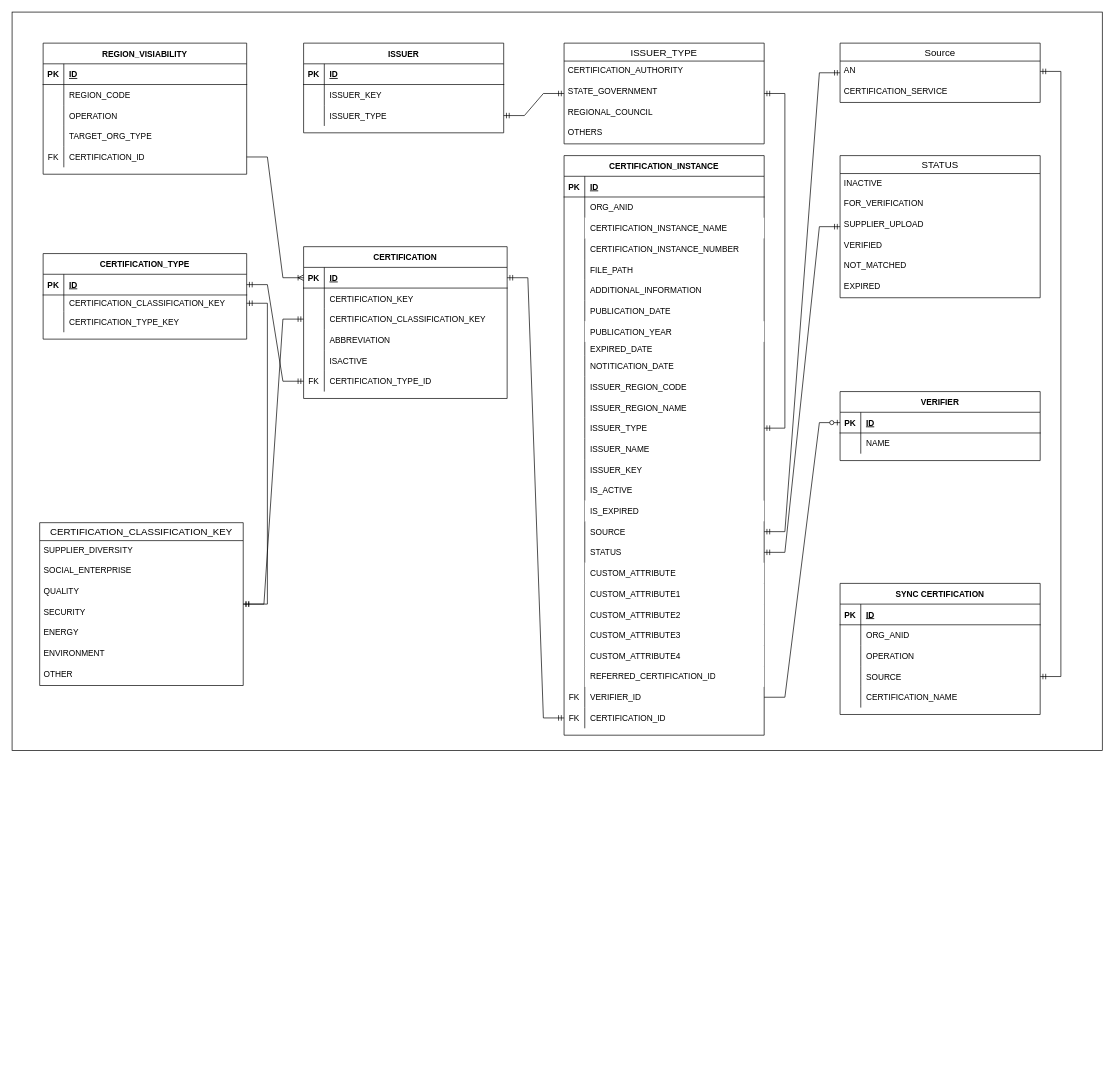
Before: page "Model" (3 of 26) of certificationService.er.drawio in huangshijie/Drawio, a draw.io diagram. Source tidied: cells renumbered, new cells numbered last; positions are measured from the earlier drawing's top-left corner, leaving out a move shared by most shapes. Both pictures are drawn from the tidied source at 69%, with x=0, y=0 at pixel (12, 12).
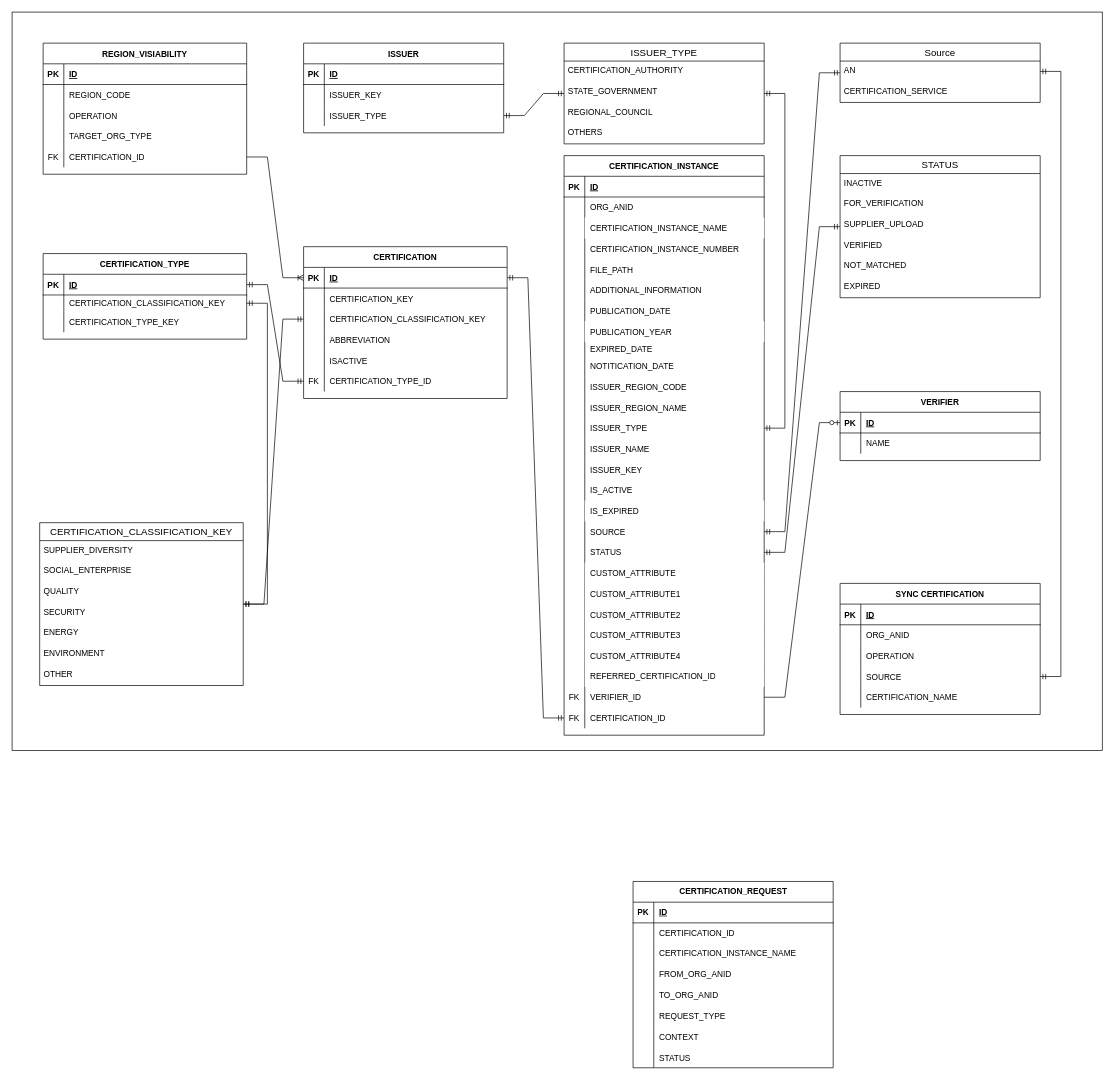
After the change.

Diff of the diagram source:
```diff
@@
+    <mxCell id="199" value="CERTIFICATION_REQUEST" style="shape=table;startSize=30;childLayout=tableLayout;rowLines=0;fontStyle=1;align=center;html=1;" parent="1" vertex="1">
+      <mxGeometry x="900" y="1260" width="290" height="270" as="geometry" />
+    </mxCell>
+    <mxCell id="200" style="shape=tableRow;horizontal=0;startSize=0;swimlaneHead=0;swimlaneBody=0;fillColor=none;top=0;left=0;right=0;bottom=1;" parent="199" vertex="1">
+      <mxGeometry y="30" width="290" height="30" as="geometry" />
+    </mxCell>
+    <mxCell id="201" value="PK" style="shape=partialRectangle;fillColor=none;top=0;left=0;bottom=0;right=0;fontStyle=1;overflow=hidden;whiteSpace=wrap;html=1;" parent="200" vertex="1">
+      <mxGeometry width="30" height="30" as="geometry" />
+    </mxCell>
+    <mxCell id="202" value="ID" style="shape=partialRectangle;fillColor=none;top=0;left=0;bottom=0;right=0;align=left;spacingLeft=6;fontStyle=5;overflow=hidden;whiteSpace=wrap;html=1;" parent="200" vertex="1">
+      <mxGeometry x="30" width="260" height="30" as="geometry" />
+    </mxCell>
+    <mxCell id="203" style="shape=tableRow;horizontal=0;startSize=0;swimlaneHead=0;swimlaneBody=0;fillColor=none;top=0;left=0;right=0;bottom=0;" parent="199" vertex="1">
+      <mxGeometry y="60" width="290" height="30" as="geometry" />
+    </mxCell>
+    <mxCell id="204" style="shape=partialRectangle;fillColor=none;top=0;left=0;bottom=0;right=0;overflow=hidden;whiteSpace=wrap;html=1;" parent="203" vertex="1">
+      <mxGeometry width="30" height="30" as="geometry" />
+    </mxCell>
+    <mxCell id="205" value="CERTIFICATION_ID" style="shape=partialRectangle;fillColor=none;top=0;left=0;bottom=0;right=0;align=left;spacingLeft=6;overflow=hidden;whiteSpace=wrap;html=1;" parent="203" vertex="1">
+      <mxGeometry x="30" width="260" height="30" as="geometry" />
+    </mxCell>
+    <mxCell id="206" style="shape=tableRow;horizontal=0;startSize=0;swimlaneHead=0;swimlaneBody=0;fillColor=none;top=0;left=0;right=0;bottom=0;" parent="199" vertex="1">
+      <mxGeometry y="90" width="290" height="30" as="geometry" />
+    </mxCell>
+    <mxCell id="207" style="shape=partialRectangle;fillColor=none;top=0;left=0;bottom=0;right=0;overflow=hidden;whiteSpace=wrap;html=1;" parent="206" vertex="1">
+      <mxGeometry width="30" height="30" as="geometry" />
+    </mxCell>
+    <mxCell id="208" value="CERTIFICATION_INSTANCE_NAME" style="shape=partialRectangle;fillColor=none;top=0;left=0;bottom=0;right=0;align=left;spacingLeft=6;overflow=hidden;whiteSpace=wrap;html=1;" parent="206" vertex="1">
+      <mxGeometry x="30" width="260" height="30" as="geometry" />
+    </mxCell>
+    <mxCell id="209" style="shape=tableRow;horizontal=0;startSize=0;swimlaneHead=0;swimlaneBody=0;fillColor=none;top=0;left=0;right=0;bottom=0;" parent="199" vertex="1">
+      <mxGeometry y="120" width="290" height="30" as="geometry" />
+    </mxCell>
+    <mxCell id="210" style="shape=partialRectangle;fillColor=none;top=0;left=0;bottom=0;right=0;overflow=hidden;whiteSpace=wrap;html=1;" parent="209" vertex="1">
+      <mxGeometry width="30" height="30" as="geometry" />
+    </mxCell>
+    <mxCell id="211" value="FROM_ORG_ANID" style="shape=partialRectangle;fillColor=none;top=0;left=0;bottom=0;right=0;align=left;spacingLeft=6;overflow=hidden;whiteSpace=wrap;html=1;" parent="209" vertex="1">
+      <mxGeometry x="30" width="260" height="30" as="geometry" />
+    </mxCell>
+    <mxCell id="212" style="shape=tableRow;horizontal=0;startSize=0;swimlaneHead=0;swimlaneBody=0;fillColor=none;top=0;left=0;right=0;bottom=0;" parent="199" vertex="1">
+      <mxGeometry y="150" width="290" height="30" as="geometry" />
+    </mxCell>
+    <mxCell id="213" style="shape=partialRectangle;fillColor=none;top=0;left=0;bottom=0;right=0;overflow=hidden;" parent="212" vertex="1">
+      <mxGeometry width="30" height="30" as="geometry" />
+    </mxCell>
+    <mxCell id="214" value="TO_ORG_ANID" style="shape=partialRectangle;fillColor=none;top=0;left=0;bottom=0;right=0;align=left;spacingLeft=6;overflow=hidden;" parent="212" vertex="1">
+      <mxGeometry x="30" width="260" height="30" as="geometry" />
+    </mxCell>
+    <mxCell id="215" style="shape=tableRow;horizontal=0;startSize=0;swimlaneHead=0;swimlaneBody=0;fillColor=none;top=0;left=0;right=0;bottom=0;" parent="199" vertex="1">
+      <mxGeometry y="180" width="290" height="30" as="geometry" />
+    </mxCell>
+    <mxCell id="216" style="shape=partialRectangle;fillColor=none;top=0;left=0;bottom=0;right=0;overflow=hidden;" parent="215" vertex="1">
+      <mxGeometry width="30" height="30" as="geometry" />
+    </mxCell>
+    <mxCell id="217" value="REQUEST_TYPE" style="shape=partialRectangle;fillColor=none;top=0;left=0;bottom=0;right=0;align=left;spacingLeft=6;overflow=hidden;" parent="215" vertex="1">
+      <mxGeometry x="30" width="260" height="30" as="geometry" />
+    </mxCell>
+    <mxCell id="218" style="shape=tableRow;horizontal=0;startSize=0;swimlaneHead=0;swimlaneBody=0;fillColor=none;top=0;left=0;right=0;bottom=0;" parent="199" vertex="1">
+      <mxGeometry y="210" width="290" height="30" as="geometry" />
+    </mxCell>
+    <mxCell id="219" style="shape=partialRectangle;fillColor=none;top=0;left=0;bottom=0;right=0;overflow=hidden;" parent="218" vertex="1">
+      <mxGeometry width="30" height="30" as="geometry" />
+    </mxCell>
+    <mxCell id="220" value="CONTEXT" style="shape=partialRectangle;fillColor=none;top=0;left=0;bottom=0;right=0;align=left;spacingLeft=6;overflow=hidden;" parent="218" vertex="1">
+      <mxGeometry x="30" width="260" height="30" as="geometry" />
+    </mxCell>
+    <mxCell id="221" style="shape=tableRow;horizontal=0;startSize=0;swimlaneHead=0;swimlaneBody=0;fillColor=none;top=0;left=0;right=0;bottom=0;" parent="199" vertex="1">
+      <mxGeometry y="240" width="290" height="30" as="geometry" />
+    </mxCell>
+    <mxCell id="222" style="shape=partialRectangle;fillColor=none;top=0;left=0;bottom=0;right=0;overflow=hidden;" parent="221" vertex="1">
+      <mxGeometry width="30" height="30" as="geometry" />
+    </mxCell>
+    <mxCell id="223" value="STATUS" style="shape=partialRectangle;fillColor=none;top=0;left=0;bottom=0;right=0;align=left;spacingLeft=6;overflow=hidden;" parent="221" vertex="1">
+      <mxGeometry x="30" width="260" height="30" as="geometry" />
+    </mxCell>
```
